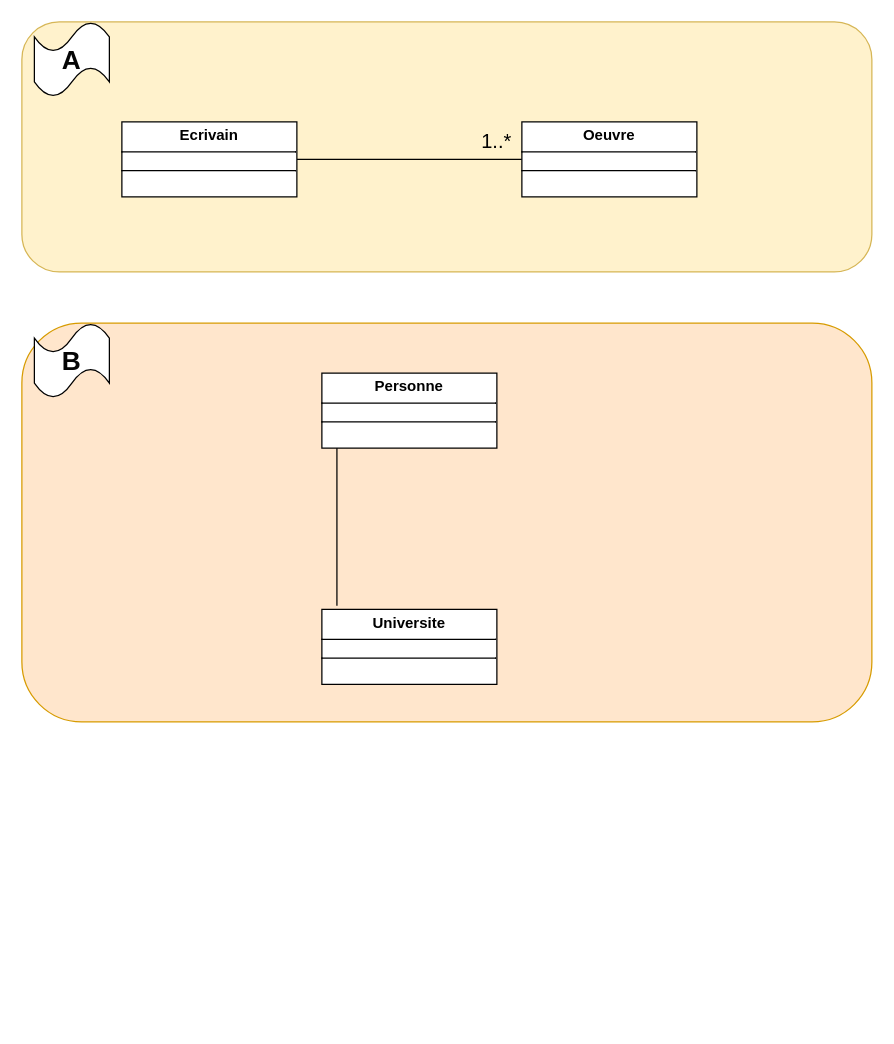
Earlier version of the draw.io diagram TP2/TP_2_UML_Exercice_2.drawio (Mzk-Ali/EXO_M2I_UML). Source tidied: cells renumbered, new cells numbered last; positions are measured from the earlier drawing's top-left corner, leaving out a move shared by most shapes. Both pictures are drawn from the tidied source at 125%, with x=0, y=0 at pixel (21, 21).
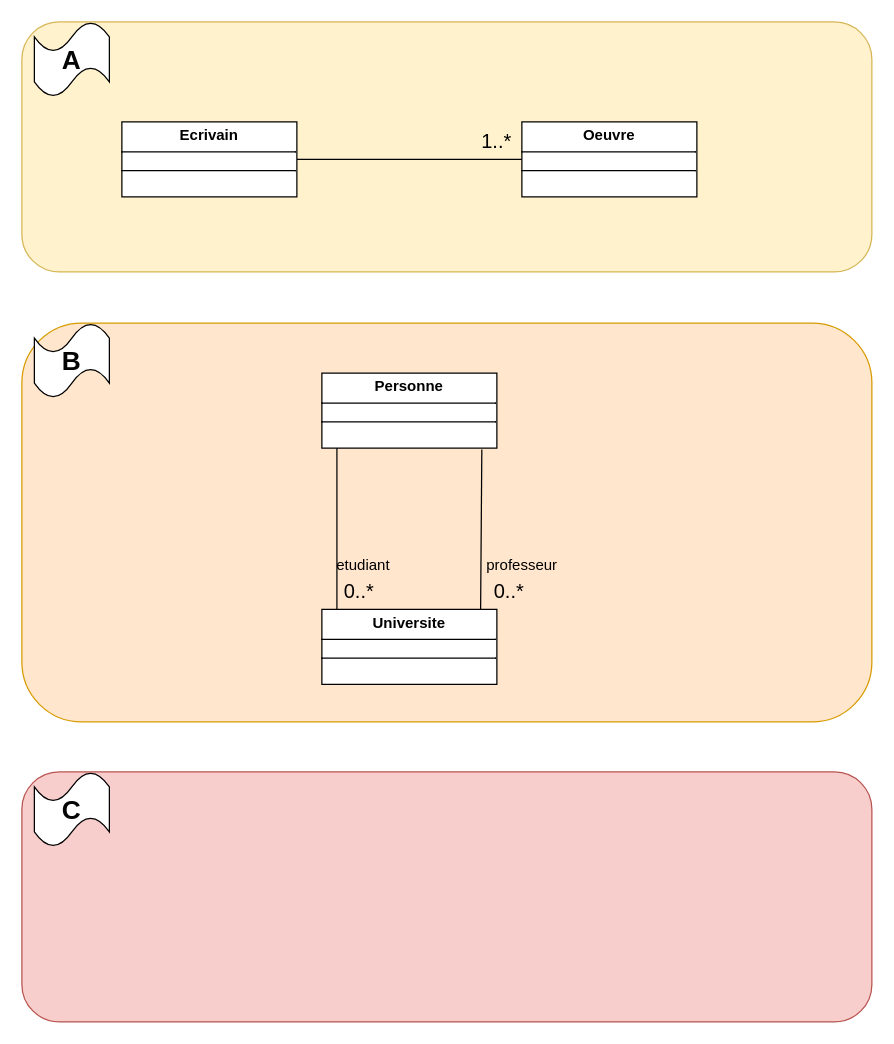
Above is the later version.

Commit message (it also covers changes not shown here):
Mettre à jour TP_2_UML_Exercice_2.drawio

What changed in the source:
```diff
@@
 <mxGraphModel>
   <root>
     <mxCell id="0" />
     <mxCell id="1" parent="0" />
     <mxCell id="2" style="rounded=1;whiteSpace=wrap;html=1;fillColor=#fff2cc;strokeColor=#d6b656;" parent="1" vertex="1">
       <mxGeometry width="680" height="200" as="geometry" />
     </mxCell>
     <mxCell id="3" style="rounded=0;jettySize=auto;html=1;entryX=0;entryY=0.5;entryDx=0;entryDy=0;endArrow=none;startFill=0;" parent="1" edge="1" source="4" target="5">
       <mxGeometry relative="1" as="geometry" />
     </mxCell>
     <mxCell id="4" value="&lt;p style=&quot;margin:0px;margin-top:4px;text-align:center;&quot;&gt;&lt;b&gt;Ecrivain&lt;/b&gt;&lt;/p&gt;&lt;hr size=&quot;1&quot; style=&quot;border-style:solid;&quot;&gt;&lt;div style=&quot;height:2px;&quot;&gt;&lt;/div&gt;&lt;hr size=&quot;1&quot; style=&quot;border-style:solid;&quot;&gt;&lt;div style=&quot;height:2px;&quot;&gt;&lt;/div&gt;" style="verticalAlign=top;align=left;overflow=fill;html=1;whiteSpace=wrap;" parent="1" vertex="1">
       <mxGeometry x="80" y="80" width="140" height="60" as="geometry" />
     </mxCell>
     <mxCell id="5" value="&lt;p style=&quot;margin:0px;margin-top:4px;text-align:center;&quot;&gt;&lt;b&gt;Oeuvre&lt;/b&gt;&lt;/p&gt;&lt;hr size=&quot;1&quot; style=&quot;border-style:solid;&quot;&gt;&lt;div style=&quot;height:2px;&quot;&gt;&lt;/div&gt;&lt;hr size=&quot;1&quot; style=&quot;border-style:solid;&quot;&gt;&lt;div style=&quot;height:2px;&quot;&gt;&lt;/div&gt;" style="verticalAlign=top;align=left;overflow=fill;html=1;whiteSpace=wrap;" parent="1" vertex="1">
       <mxGeometry x="400" y="80" width="140" height="60" as="geometry" />
     </mxCell>
     <mxCell id="6" value="&lt;font style=&quot;font-size: 16px;&quot;&gt;1..*&lt;/font&gt;" style="text;html=1;align=center;verticalAlign=middle;whiteSpace=wrap;rounded=0;" parent="1" vertex="1">
       <mxGeometry x="350" y="80" width="60" height="30" as="geometry" />
     </mxCell>
     <mxCell id="7" value="&lt;font style=&quot;font-size: 21px; color: light-dark(rgb(5, 5, 5), rgb(237, 237, 237));&quot;&gt;&lt;b&gt;A&lt;/b&gt;&lt;/font&gt;" style="shape=tape;whiteSpace=wrap;html=1;" parent="1" vertex="1">
       <mxGeometry x="10" width="60" height="60" as="geometry" />
     </mxCell>
     <mxCell id="8" style="rounded=1;whiteSpace=wrap;html=1;fillColor=#ffe6cc;strokeColor=#d79b00;" parent="1" vertex="1">
       <mxGeometry y="241" width="680" height="319" as="geometry" />
     </mxCell>
     <mxCell id="9" value="&lt;font style=&quot;font-size: 21px; color: light-dark(rgb(5, 5, 5), rgb(237, 237, 237));&quot;&gt;&lt;b&gt;B&lt;/b&gt;&lt;/font&gt;" style="shape=tape;whiteSpace=wrap;html=1;" parent="1" vertex="1">
       <mxGeometry x="10" y="241" width="60" height="60" as="geometry" />
     </mxCell>
-    <mxCell id="10" style="rounded=0;jettySize=auto;html=1;entryX=0.086;entryY=-0.05;entryDx=0;entryDy=0;exitX=0.086;exitY=0.983;exitDx=0;exitDy=0;exitPerimeter=0;entryPerimeter=0;endArrow=none;startFill=0;" parent="1" edge="1" source="11" target="12">
+    <mxCell id="10" style="rounded=0;jettySize=auto;html=1;entryX=0.086;entryY=0.083;entryDx=0;entryDy=0;exitX=0.086;exitY=0.983;exitDx=0;exitDy=0;exitPerimeter=0;entryPerimeter=0;endArrow=none;startFill=0;" parent="1" edge="1" source="11" target="12">
       <mxGeometry relative="1" as="geometry" />
     </mxCell>
+    <mxCell id="13" style="rounded=0;jettySize=auto;html=1;entryX=0.907;entryY=0.017;entryDx=0;entryDy=0;exitX=0.914;exitY=1.017;exitDx=0;exitDy=0;exitPerimeter=0;entryPerimeter=0;endArrow=none;startFill=0;" parent="1" edge="1" source="11" target="12">
+      <mxGeometry relative="1" as="geometry" />
+    </mxCell>
     <mxCell id="11" value="&lt;p style=&quot;margin:0px;margin-top:4px;text-align:center;&quot;&gt;&lt;b&gt;Personne&lt;/b&gt;&lt;/p&gt;&lt;hr size=&quot;1&quot; style=&quot;border-style:solid;&quot;&gt;&lt;div style=&quot;height:2px;&quot;&gt;&lt;/div&gt;&lt;hr size=&quot;1&quot; style=&quot;border-style:solid;&quot;&gt;&lt;div style=&quot;height:2px;&quot;&gt;&lt;/div&gt;" style="verticalAlign=top;align=left;overflow=fill;html=1;whiteSpace=wrap;" parent="1" vertex="1">
       <mxGeometry x="240" y="281" width="140" height="60" as="geometry" />
     </mxCell>
     <mxCell id="12" value="&lt;p style=&quot;margin:0px;margin-top:4px;text-align:center;&quot;&gt;&lt;b&gt;Universite&lt;/b&gt;&lt;/p&gt;&lt;hr size=&quot;1&quot; style=&quot;border-style:solid;&quot;&gt;&lt;div style=&quot;height:2px;&quot;&gt;&lt;/div&gt;&lt;hr size=&quot;1&quot; style=&quot;border-style:solid;&quot;&gt;&lt;div style=&quot;height:2px;&quot;&gt;&lt;/div&gt;" style="verticalAlign=top;align=left;overflow=fill;html=1;whiteSpace=wrap;" parent="1" vertex="1">
       <mxGeometry x="240" y="470" width="140" height="60" as="geometry" />
     </mxCell>
+    <mxCell id="14" value="&lt;font style=&quot;font-size: 16px;&quot;&gt;0..*&lt;/font&gt;" style="text;html=1;align=center;verticalAlign=middle;whiteSpace=wrap;rounded=0;" parent="1" vertex="1">
+      <mxGeometry x="240" y="440" width="60" height="30" as="geometry" />
+    </mxCell>
+    <mxCell id="15" value="&lt;font style=&quot;font-size: 16px;&quot;&gt;0..*&lt;/font&gt;" style="text;html=1;align=center;verticalAlign=middle;whiteSpace=wrap;rounded=0;" parent="1" vertex="1">
+      <mxGeometry x="360" y="440" width="60" height="30" as="geometry" />
+    </mxCell>
+    <mxCell id="16" value="etudiant" style="text;html=1;align=left;verticalAlign=middle;whiteSpace=wrap;rounded=0;" parent="1" vertex="1">
+      <mxGeometry x="250" y="420" width="60" height="30" as="geometry" />
+    </mxCell>
+    <mxCell id="17" value="professeur" style="text;html=1;align=left;verticalAlign=middle;whiteSpace=wrap;rounded=0;" parent="1" vertex="1">
+      <mxGeometry x="370" y="420" width="60" height="30" as="geometry" />
+    </mxCell>
+    <mxCell id="18" style="rounded=1;whiteSpace=wrap;html=1;fillColor=#f8cecc;strokeColor=#b85450;" parent="1" vertex="1">
+      <mxGeometry y="600" width="680" height="200" as="geometry" />
+    </mxCell>
+    <mxCell id="19" value="&lt;font style=&quot;font-size: 21px; color: light-dark(rgb(5, 5, 5), rgb(237, 237, 237));&quot;&gt;&lt;b&gt;C&lt;/b&gt;&lt;/font&gt;" style="shape=tape;whiteSpace=wrap;html=1;" parent="1" vertex="1">
+      <mxGeometry x="10" y="600" width="60" height="60" as="geometry" />
+    </mxCell>
   </root>
 </mxGraphModel>
```
